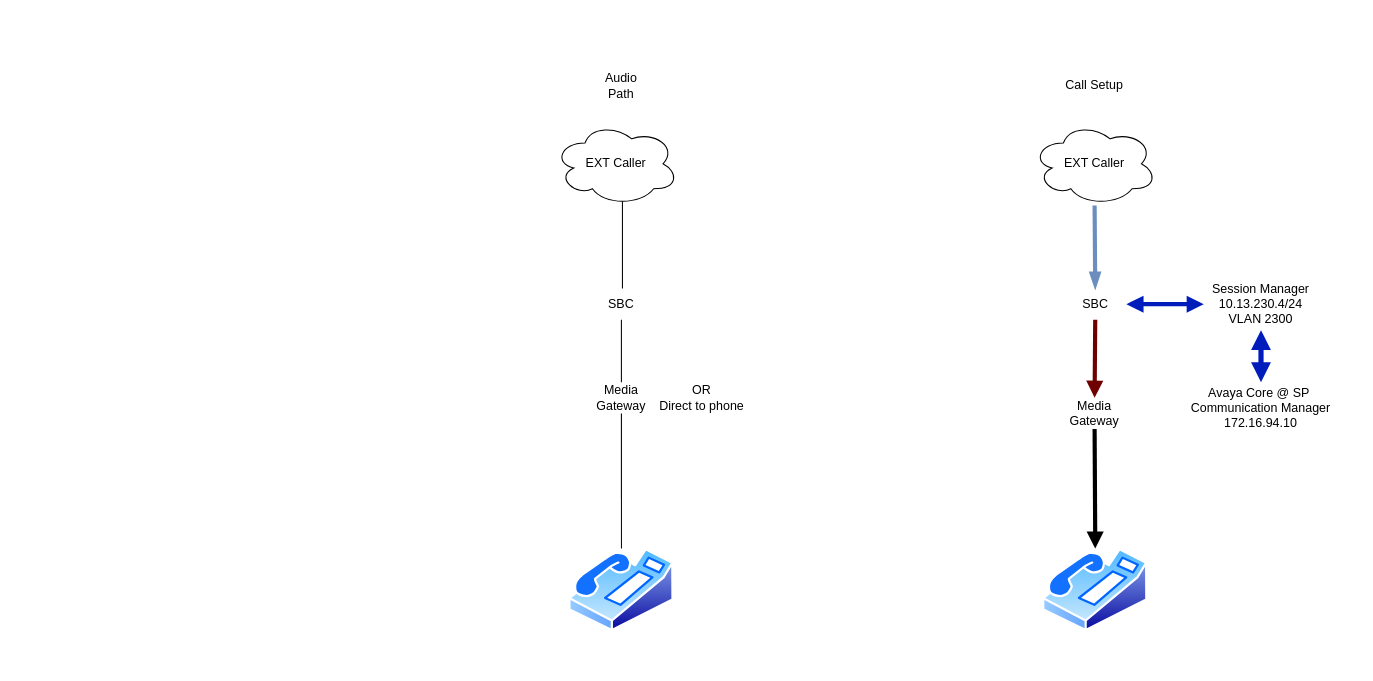
The draw.io diagram page "Logical EXT Call Flow" (3 of 3) of AVL_Phone_Infra.drawio in adamrt918/Diagram, before the edit. Source tidied: cells renumbered, new cells numbered last; positions are measured from the earlier drawing's top-left corner, leaving out a move shared by most shapes. Both pictures are drawn from the tidied source at 104%, with x=0, y=0 at pixel (553, 70).
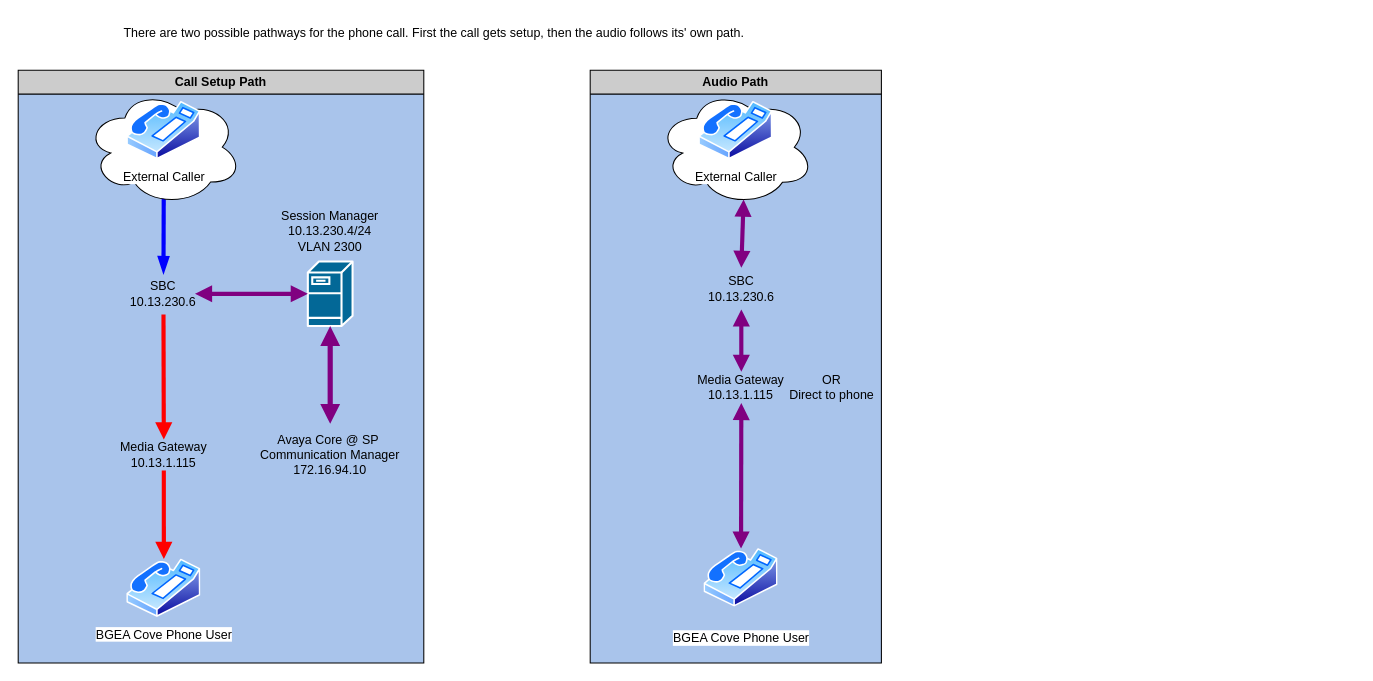
After the change.

The edit, as a diff of the source:
```diff
@@
-    <mxCell id="2" style="image;perimeter=ellipsePerimeter;html=1;align=center;shadow=0;dashed=0;spacingTop=3;image=img/lib/active_directory/phone.svg;" parent="1" vertex="1">
-      <mxGeometry x="14.4" y="460" width="101.3" height="80" as="geometry" />
-    </mxCell>
-    <mxCell id="3" value="EXT Caller" style="ellipse;shape=cloud;whiteSpace=wrap;html=1;" parent="1" vertex="1">
-      <mxGeometry y="50" width="120" height="80" as="geometry" />
-    </mxCell>
-    <mxCell id="4" style="endArrow=none;html=1;rounded=0;entryX=0.55;entryY=0.95;entryDx=0;entryDy=0;entryPerimeter=0;" parent="1" edge="1" target="3">
-      <mxGeometry relative="1" as="geometry">
-        <mxPoint x="66" y="210" as="sourcePoint" />
-      </mxGeometry>
-    </mxCell>
-    <mxCell id="5" value="SBC" style="text;html=1;align=center;verticalAlign=middle;whiteSpace=wrap;rounded=0;" parent="1" vertex="1">
-      <mxGeometry x="35" y="210" width="60" height="30" as="geometry" />
-    </mxCell>
-    <mxCell id="6" style="endArrow=none;html=1;rounded=0;entryX=0.5;entryY=1;entryDx=0;entryDy=0;" parent="1" edge="1" target="5">
-      <mxGeometry relative="1" as="geometry">
-        <mxPoint x="65" y="300" as="sourcePoint" />
-      </mxGeometry>
-    </mxCell>
-    <mxCell id="7" value="Media Gateway" style="text;html=1;align=center;verticalAlign=middle;whiteSpace=wrap;rounded=0;" parent="1" vertex="1">
-      <mxGeometry x="35" y="300" width="60" height="30" as="geometry" />
-    </mxCell>
-    <mxCell id="8" value="OR&lt;div&gt;Direct to phone&lt;/div&gt;" style="text;html=1;align=center;verticalAlign=middle;whiteSpace=wrap;rounded=0;" parent="1" vertex="1">
-      <mxGeometry x="95" y="295" width="95" height="40" as="geometry" />
-    </mxCell>
-    <mxCell id="9" style="endArrow=none;html=1;rounded=0;entryX=0.5;entryY=1;entryDx=0;entryDy=0;exitX=0.5;exitY=0;exitDx=0;exitDy=0;" parent="1" edge="1" source="2" target="7">
-      <mxGeometry relative="1" as="geometry" />
-    </mxCell>
-    <mxCell id="10" value="Audio Path" style="text;html=1;align=center;verticalAlign=middle;whiteSpace=wrap;rounded=0;" parent="1" vertex="1">
-      <mxGeometry x="35" width="60" height="30" as="geometry" />
-    </mxCell>
-    <mxCell id="11" value="EXT Caller" style="ellipse;shape=cloud;whiteSpace=wrap;html=1;" parent="1" vertex="1">
-      <mxGeometry x="460" y="50" width="120" height="80" as="geometry" />
-    </mxCell>
+    <mxCell id="23" value="Call Setup Path" style="swimlane;whiteSpace=wrap;html=1;fillColor=#CCCCCC;swimlaneLine=1;rounded=0;shadow=0;glass=0;swimlaneFillColor=#A9C4EB;" parent="1" vertex="1">
+      <mxGeometry x="-515" width="390" height="570" as="geometry" />
+    </mxCell>
+    <mxCell id="13" style="endArrow=none;html=1;rounded=0;startArrow=blockThin;startFill=1;strokeWidth=4;fillColor=#dae8fc;strokeColor=light-dark(#0000FF,#0000FF);gradientColor=#7ea6e0;exitX=0.5;exitY=0;exitDx=0;exitDy=0;entryX=0.5;entryY=1;entryDx=0;entryDy=0;" parent="23" edge="1" source="14" target="27">
+      <mxGeometry relative="1" as="geometry" />
+    </mxCell>
+    <mxCell id="22" value="&lt;div&gt;Session Manager&lt;/div&gt;10.13.230.4/24&lt;br&gt;VLAN 2300" style="text;html=1;align=center;verticalAlign=middle;whiteSpace=wrap;rounded=0;" parent="23" vertex="1">
+      <mxGeometry x="245" y="130" width="110" height="50" as="geometry" />
+    </mxCell>
+    <mxCell id="24" style="shape=mxgraph.cisco.servers.fileserver;sketch=0;html=1;dashed=0;fillColor=#036897;strokeColor=#ffffff;strokeWidth=2;verticalLabelPosition=bottom;verticalAlign=top;align=center;outlineConnect=0;" parent="23" vertex="1">
+      <mxGeometry x="278.5" y="184" width="43" height="62" as="geometry" />
+    </mxCell>
-    <mxCell id="12" style="image;perimeter=ellipsePerimeter;html=1;align=center;shadow=0;dashed=0;spacingTop=3;image=img/lib/active_directory/phone.svg;" parent="1" vertex="1">
-      <mxGeometry x="470" y="460" width="101.3" height="80" as="geometry" />
+    <mxCell id="12" value="BGEA Cove Phone User" style="image;perimeter=ellipsePerimeter;html=1;align=center;shadow=0;dashed=0;spacingTop=3;image=img/lib/active_directory/phone.svg;" parent="23" vertex="1">
+      <mxGeometry x="104.4" y="470" width="71.3" height="56.3" as="geometry" />
     </mxCell>
-    <mxCell id="13" style="endArrow=none;html=1;rounded=0;startArrow=blockThin;startFill=1;strokeWidth=4;fillColor=#dae8fc;strokeColor=light-dark(#6C8EBF,#FF6666);gradientColor=#7ea6e0;exitX=0.5;exitY=0;exitDx=0;exitDy=0;" parent="1" edge="1" source="14" target="11">
-      <mxGeometry relative="1" as="geometry" />
-    </mxCell>
+    <mxCell id="25" style="group;" parent="23" vertex="1">
+      <mxGeometry x="65" y="18.1" width="150" height="111.8" as="geometry" />
+    </mxCell>
+    <mxCell id="26" style="ellipse;shape=cloud;whiteSpace=wrap;html=1;fillColor=light-dark(#FFFFFF,#4D4D4D);strokeColor=light-dark(#000000,#666666);" parent="25" vertex="1">
+      <mxGeometry width="150" height="111.8" as="geometry" />
+    </mxCell>
+    <mxCell id="27" value="&lt;span style=&quot;background-color: light-dark(rgb(255, 255, 255), rgb(77, 77, 77));&quot;&gt;External Caller&lt;/span&gt;" style="image;perimeter=ellipsePerimeter;html=1;align=center;shadow=0;dashed=0;spacingTop=3;image=img/lib/active_directory/phone.svg;" parent="25" vertex="1">
+      <mxGeometry x="39.4" y="11.9" width="71.3" height="56.3" as="geometry" />
+    </mxCell>
-    <mxCell id="14" value="SBC" style="text;html=1;align=center;verticalAlign=middle;whiteSpace=wrap;rounded=0;" parent="1" vertex="1">
-      <mxGeometry x="490.6" y="210" width="60" height="30" as="geometry" />
+    <mxCell id="14" value="SBC&lt;div&gt;10.13.230.6&lt;/div&gt;" style="text;html=1;align=center;verticalAlign=middle;whiteSpace=wrap;rounded=0;" parent="23" vertex="1">
+      <mxGeometry x="109.4" y="195" width="60.6" height="40" as="geometry" />
     </mxCell>
-    <mxCell id="15" style="endArrow=none;html=1;rounded=0;entryX=0.5;entryY=1;entryDx=0;entryDy=0;startArrow=block;startFill=1;strokeWidth=4;fillColor=#a20025;strokeColor=light-dark(#6F0000,#0000FF);exitX=0.5;exitY=0;exitDx=0;exitDy=0;" parent="1" edge="1" source="16" target="14">
-      <mxGeometry relative="1" as="geometry" />
-    </mxCell>
+    <mxCell id="18" style="endArrow=block;html=1;rounded=0;entryX=1;entryY=0.5;entryDx=0;entryDy=0;startArrow=block;startFill=1;strokeWidth=4;endFill=1;fillColor=#0050ef;strokeColor=light-dark(#800080,#800080);exitX=0;exitY=0.5;exitDx=0;exitDy=0;exitPerimeter=0;" parent="23" edge="1" source="24" target="14">
+      <mxGeometry relative="1" as="geometry" />
+    </mxCell>
+    <mxCell id="21" value="Avaya Core @ SP&amp;nbsp;&lt;div&gt;Communication Manager&lt;br&gt;172.16.94.10&lt;/div&gt;" style="text;html=1;align=center;verticalAlign=middle;whiteSpace=wrap;rounded=0;" parent="23" vertex="1">
+      <mxGeometry x="210" y="340" width="180" height="60" as="geometry" />
+    </mxCell>
+    <mxCell id="19" style="endArrow=block;html=1;rounded=0;startArrow=block;startFill=1;endFill=1;strokeWidth=5;fillColor=#0050ef;strokeColor=light-dark(#800080,#800080);entryX=0.5;entryY=1;entryDx=0;entryDy=0;entryPerimeter=0;exitX=0.5;exitY=0;exitDx=0;exitDy=0;" parent="23" edge="1" source="21" target="24">
+      <mxGeometry relative="1" as="geometry" />
+    </mxCell>
-    <mxCell id="16" value="Media Gateway" style="text;html=1;align=center;verticalAlign=middle;whiteSpace=wrap;rounded=0;" parent="1" vertex="1">
-      <mxGeometry x="490" y="315" width="60" height="30" as="geometry" />
+    <mxCell id="16" value="Media Gateway&lt;div&gt;10.13.1.115&lt;/div&gt;" style="text;html=1;align=center;verticalAlign=middle;whiteSpace=wrap;rounded=0;" parent="23" vertex="1">
+      <mxGeometry x="60" y="355" width="160" height="30" as="geometry" />
     </mxCell>
-    <mxCell id="17" style="endArrow=none;html=1;rounded=0;exitX=0.5;exitY=0;exitDx=0;exitDy=0;strokeWidth=4;startArrow=block;startFill=1;strokeColor=light-dark(#000000,#0000FF);entryX=0.5;entryY=1;entryDx=0;entryDy=0;" parent="1" edge="1" source="12" target="16">
+    <mxCell id="17" style="endArrow=none;html=1;rounded=0;exitX=0.5;exitY=0;exitDx=0;exitDy=0;strokeWidth=4;startArrow=block;startFill=1;strokeColor=light-dark(#FF0000,#FF0000);entryX=0.5;entryY=1;entryDx=0;entryDy=0;" parent="23" edge="1" source="12" target="16">
       <mxGeometry relative="1" as="geometry" />
     </mxCell>
-    <mxCell id="18" style="endArrow=block;html=1;rounded=0;entryX=1;entryY=0.5;entryDx=0;entryDy=0;startArrow=block;startFill=1;strokeWidth=4;endFill=1;fillColor=#0050ef;strokeColor=light-dark(#001DBC,#33FF33);exitX=0;exitY=0.5;exitDx=0;exitDy=0;" parent="1" edge="1" source="22" target="14">
-      <mxGeometry relative="1" as="geometry" />
-    </mxCell>
-    <mxCell id="19" style="endArrow=block;html=1;rounded=0;entryX=0.5;entryY=1;entryDx=0;entryDy=0;startArrow=block;startFill=1;endFill=1;strokeWidth=5;fillColor=#0050ef;strokeColor=light-dark(#001DBC,#33FF33);" parent="1" edge="1" target="22">
-      <mxGeometry relative="1" as="geometry">
-        <mxPoint x="680" y="300" as="sourcePoint" />
-      </mxGeometry>
-    </mxCell>
-    <mxCell id="20" value="Call Setup" style="text;html=1;align=center;verticalAlign=middle;whiteSpace=wrap;rounded=0;" parent="1" vertex="1">
-      <mxGeometry x="490" width="60" height="30" as="geometry" />
-    </mxCell>
-    <mxCell id="21" value="Avaya Core @ SP&amp;nbsp;&lt;div&gt;Communication Manager&lt;br&gt;172.16.94.10&lt;/div&gt;" style="text;html=1;align=center;verticalAlign=middle;whiteSpace=wrap;rounded=0;" parent="1" vertex="1">
-      <mxGeometry x="590" y="295" width="180" height="60" as="geometry" />
-    </mxCell>
-    <mxCell id="22" value="&lt;div&gt;Session Manager&lt;/div&gt;10.13.230.4/24&lt;br&gt;VLAN 2300" style="text;html=1;align=center;verticalAlign=middle;whiteSpace=wrap;rounded=0;" parent="1" vertex="1">
-      <mxGeometry x="625" y="200" width="110" height="50" as="geometry" />
-    </mxCell>
+    <mxCell id="15" style="endArrow=none;html=1;rounded=0;entryX=0.5;entryY=1;entryDx=0;entryDy=0;startArrow=block;startFill=1;strokeWidth=4;fillColor=#a20025;strokeColor=light-dark(#FF0000,#FF0000);exitX=0.5;exitY=0;exitDx=0;exitDy=0;" parent="23" edge="1" source="16" target="14">
+      <mxGeometry relative="1" as="geometry" />
+    </mxCell>
+    <mxCell id="28" value="There are two possible pathways for the phone call. First the call gets setup, then the audio follows its' own path." style="text;html=1;align=center;verticalAlign=middle;whiteSpace=wrap;rounded=0;fillColor=default;" parent="1" vertex="1">
+      <mxGeometry x="-415" y="-50" width="600" height="30" as="geometry" />
+    </mxCell>
+    <mxCell id="10" value="Audio Path" style="swimlane;whiteSpace=wrap;html=1;rounded=0;shadow=0;glass=0;strokeColor=default;align=center;verticalAlign=middle;swimlaneFillColor=#A9C4EB;fontFamily=Helvetica;fontSize=12;fontColor=default;fontStyle=1;fillColor=#CCCCCC;" parent="1" vertex="1">
+      <mxGeometry x="35" width="280" height="570" as="geometry" />
+    </mxCell>
+    <mxCell id="29" value="&lt;span style=&quot;font-weight: normal;&quot;&gt;BGEA Cove Phone User&lt;/span&gt;" style="image;perimeter=ellipsePerimeter;html=1;align=center;shadow=0;dashed=0;spacingTop=3;image=img/lib/active_directory/phone.svg;rounded=0;glass=0;strokeColor=default;verticalAlign=middle;swimlaneFillColor=#A9C4EB;fontFamily=Helvetica;fontSize=12;fontColor=default;fontStyle=1;fillColor=#CCCCCC;" parent="10" vertex="1">
+      <mxGeometry x="109.4" y="460" width="71.3" height="56.3" as="geometry" />
+    </mxCell>
+    <mxCell id="30" style="group;rounded=0;shadow=0;glass=0;strokeColor=none;align=center;verticalAlign=top;swimlaneFillColor=#A9C4EB;fontFamily=Helvetica;fontSize=12;fontColor=default;fontStyle=1;fillColor=none;gradientColor=none;" parent="10" vertex="1">
+      <mxGeometry x="65" y="18.2" width="150" height="111.8" as="geometry" />
+    </mxCell>
+    <mxCell id="31" style="ellipse;shape=cloud;whiteSpace=wrap;html=1;fillColor=default;strokeColor=default;rounded=0;shadow=0;glass=0;align=center;verticalAlign=top;swimlaneFillColor=#A9C4EB;fontFamily=Helvetica;fontSize=12;fontColor=default;fontStyle=1;gradientColor=none;" parent="10" vertex="1">
+      <mxGeometry x="65" y="18.2" width="150" height="111.8" as="geometry" />
+    </mxCell>
+    <mxCell id="32" value="&lt;span style=&quot;background-color: light-dark(rgb(255, 255, 255), rgb(77, 77, 77)); font-weight: normal;&quot;&gt;External Caller&lt;/span&gt;" style="image;perimeter=ellipsePerimeter;html=1;align=center;shadow=0;dashed=0;spacingTop=3;image=img/lib/active_directory/phone.svg;rounded=0;glass=0;strokeColor=default;verticalAlign=top;swimlaneFillColor=#A9C4EB;fontFamily=Helvetica;fontSize=12;fontColor=default;fontStyle=1;fillColor=none;gradientColor=none;" parent="10" vertex="1">
+      <mxGeometry x="104.4" y="30" width="71.3" height="56.3" as="geometry" />
+    </mxCell>
+    <mxCell id="33" value="SBC&lt;div&gt;10.13.230.6&lt;/div&gt;" style="text;html=1;align=center;verticalAlign=middle;whiteSpace=wrap;rounded=0;" parent="10" vertex="1">
+      <mxGeometry x="115" y="190" width="60.6" height="40" as="geometry" />
+    </mxCell>
+    <mxCell id="34" style="endArrow=block;html=1;rounded=0;entryX=0.55;entryY=0.95;entryDx=0;entryDy=0;strokeWidth=4;startArrow=block;startFill=1;endFill=1;strokeColor=light-dark(#800080,#800080);entryPerimeter=0;exitX=0.5;exitY=0;exitDx=0;exitDy=0;" parent="10" edge="1" source="33" target="31">
+      <mxGeometry relative="1" as="geometry" />
+    </mxCell>
+    <mxCell id="35" value="Media Gateway&lt;div&gt;10.13.1.115&lt;/div&gt;" style="text;html=1;align=center;verticalAlign=middle;whiteSpace=wrap;rounded=0;" parent="10" vertex="1">
+      <mxGeometry x="65.3" y="290" width="160" height="30" as="geometry" />
+    </mxCell>
+    <mxCell id="36" style="endArrow=block;html=1;rounded=0;entryX=0.5;entryY=1;entryDx=0;entryDy=0;strokeWidth=4;startArrow=block;startFill=1;endFill=1;strokeColor=light-dark(#800080,#800080);exitX=0.5;exitY=0;exitDx=0;exitDy=0;" parent="10" edge="1" source="35" target="33">
+      <mxGeometry relative="1" as="geometry" />
+    </mxCell>
+    <mxCell id="37" style="endArrow=block;html=1;rounded=0;entryX=0.5;entryY=1;entryDx=0;entryDy=0;strokeWidth=4;startArrow=block;startFill=1;endFill=1;strokeColor=light-dark(#800080,#800080);" parent="10" edge="1" source="29" target="35">
+      <mxGeometry relative="1" as="geometry" />
+    </mxCell>
+    <mxCell id="8" value="OR&lt;div&gt;Direct to phone&lt;/div&gt;" style="text;html=1;align=center;verticalAlign=middle;whiteSpace=wrap;rounded=0;" parent="10" vertex="1">
+      <mxGeometry x="185" y="285" width="95" height="40" as="geometry" />
+    </mxCell>
```
